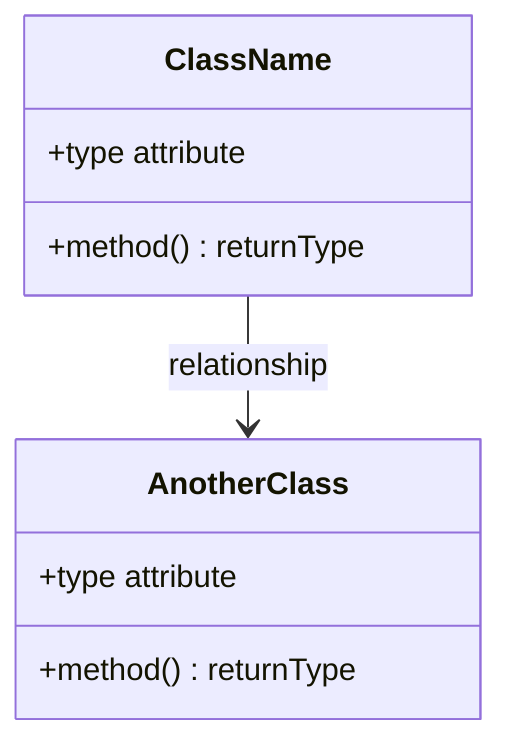
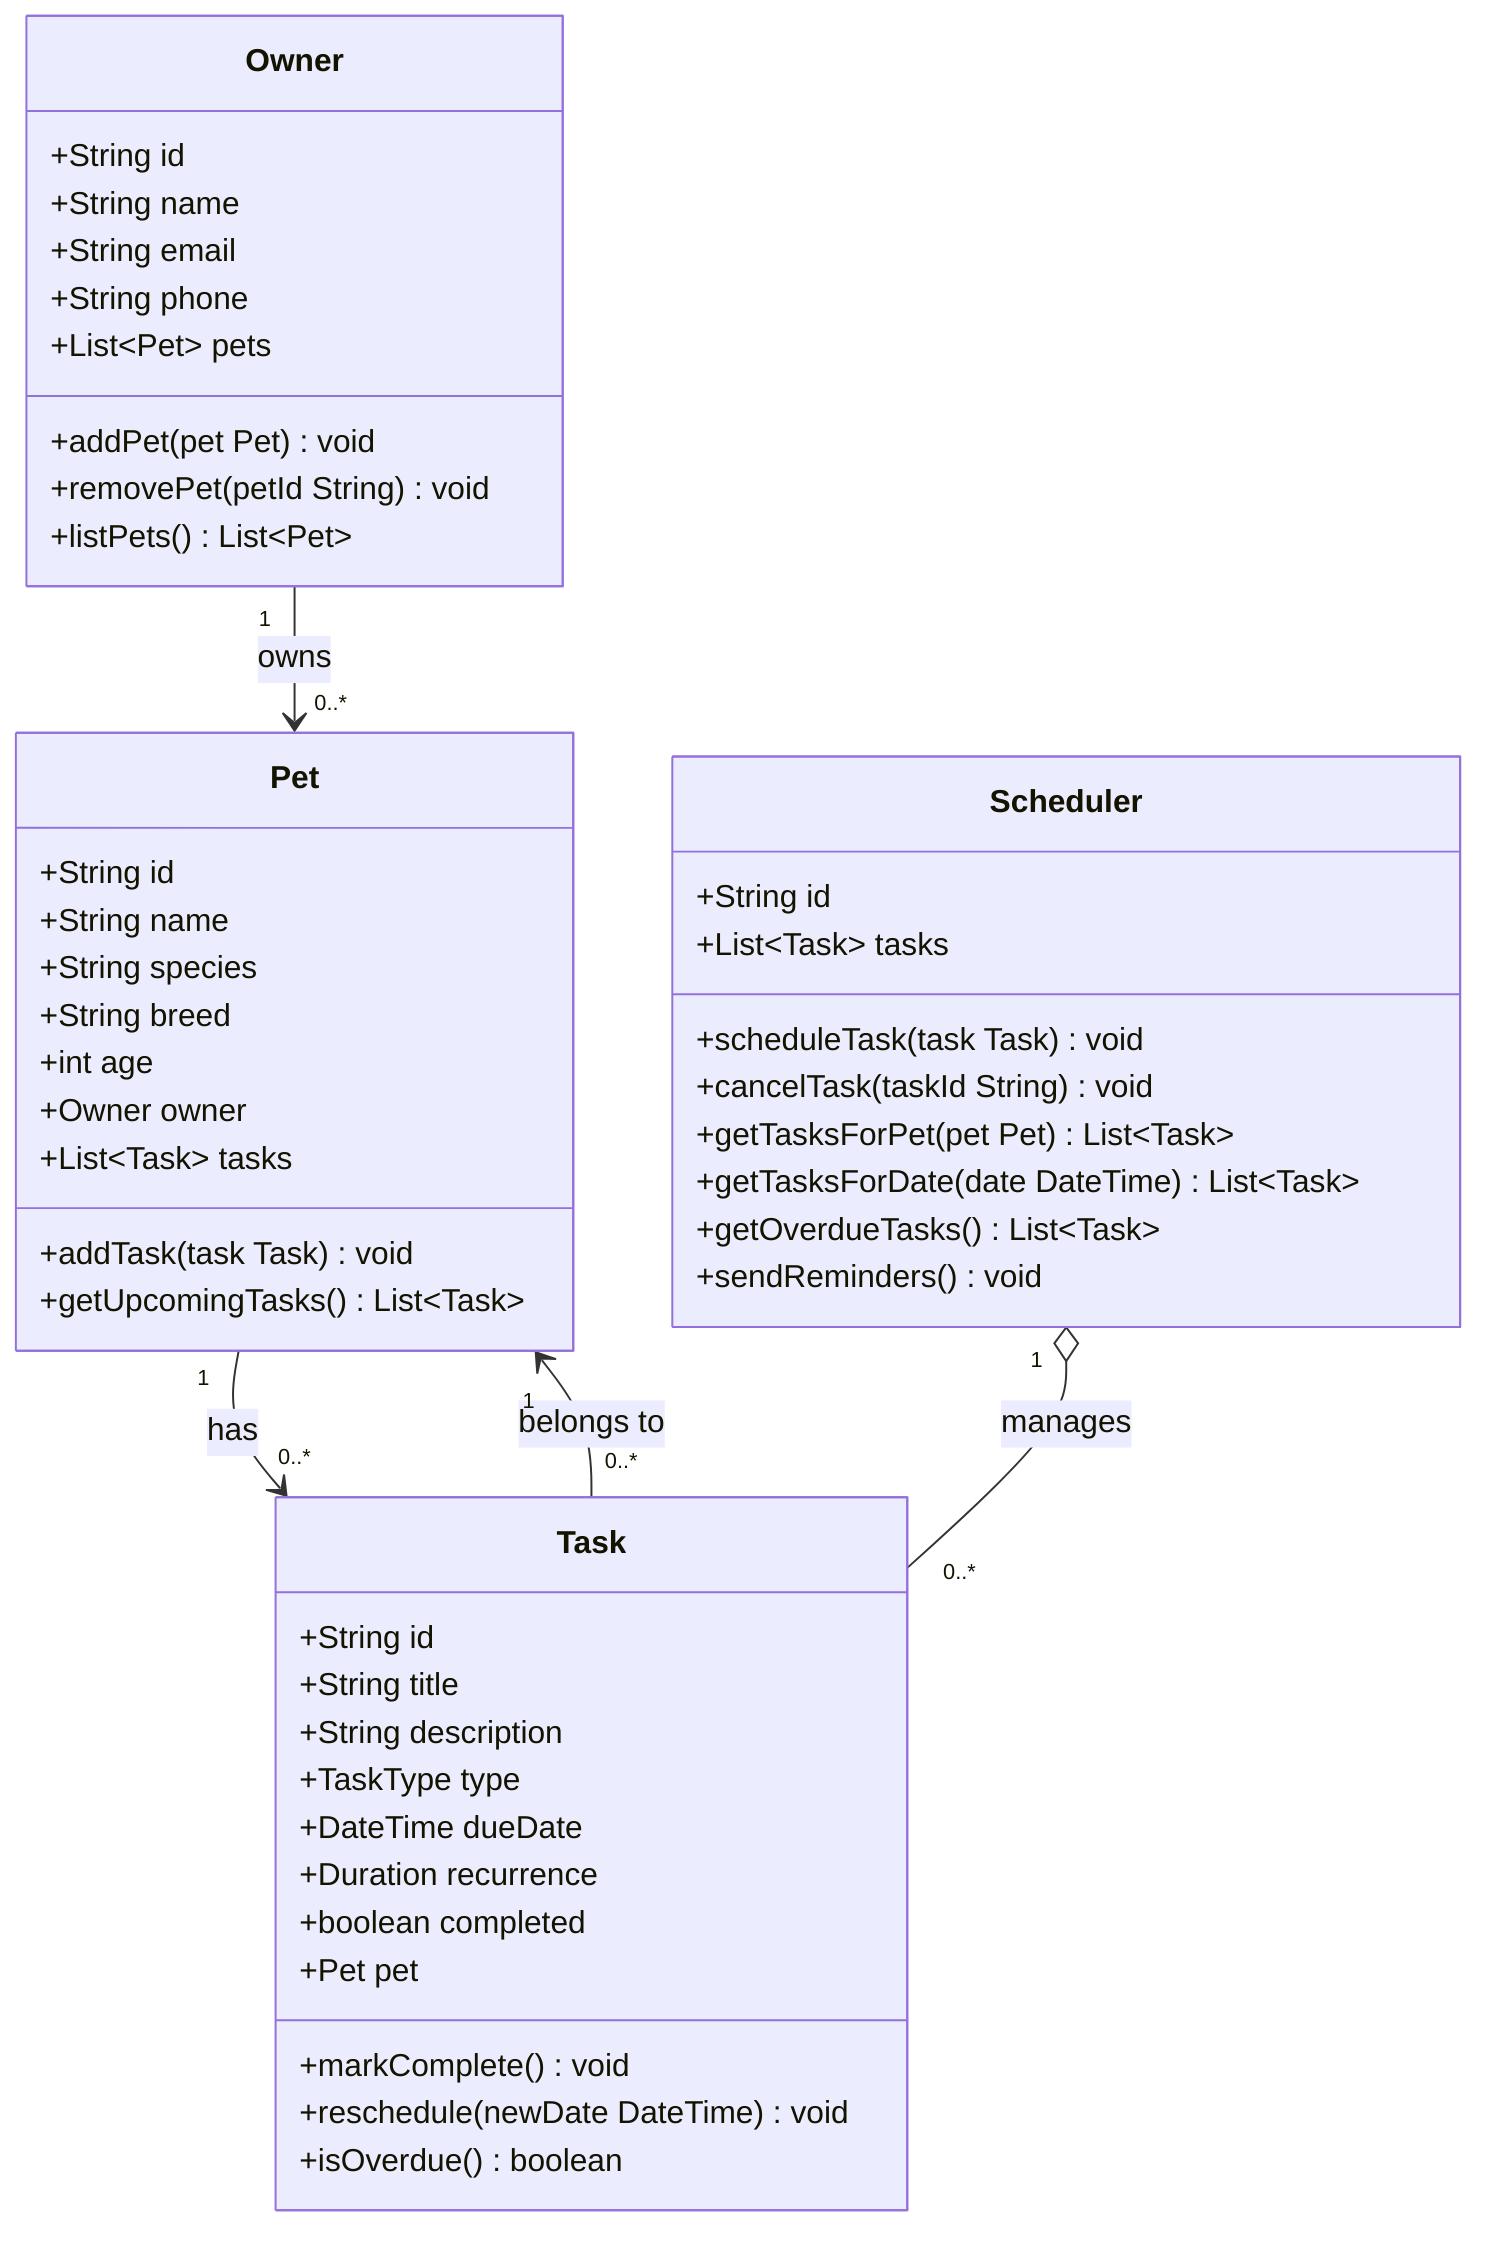
classDiagram
-     %% Replace the placeholders below with your actual classes, attributes, methods, and relationships.
-     %% Keep this file updated so it matches your final implementation.
+     %% Pet care scheduling application — PawPal

-     class ClassName {
-         +type attribute
-         +method() returnType
+     class Owner {
+         +String id
+         +String name
+         +String email
+         +String phone
+         +List~Pet~ pets
+         +addPet(pet Pet) void
+         +removePet(petId String) void
+         +listPets() List~Pet~
    }

-     class AnotherClass {
-         +type attribute
-         +method() returnType
+     class Pet {
+         +String id
+         +String name
+         +String species
+         +String breed
+         +int age
+         +Owner owner
+         +List~Task~ tasks
+         +addTask(task Task) void
+         +getUpcomingTasks() List~Task~
    }

-     ClassName --> AnotherClass : relationship
+     class Task {
+         +String id
+         +String title
+         +String description
+         +TaskType type
+         +DateTime dueDate
+         +Duration recurrence
+         +boolean completed
+         +Pet pet
+         +markComplete() void
+         +reschedule(newDate DateTime) void
+         +isOverdue() boolean
+     }
+ 
+     class Scheduler {
+         +String id
+         +List~Task~ tasks
+         +scheduleTask(task Task) void
+         +cancelTask(taskId String) void
+         +getTasksForPet(pet Pet) List~Task~
+         +getTasksForDate(date DateTime) List~Task~
+         +getOverdueTasks() List~Task~
+         +sendReminders() void
+     }
+ 
+     Owner "1" --> "0..*" Pet : owns
+     Pet "1" --> "0..*" Task : has
+     Scheduler "1" o-- "0..*" Task : manages
+     Task "0..*" --> "1" Pet : belongs to
